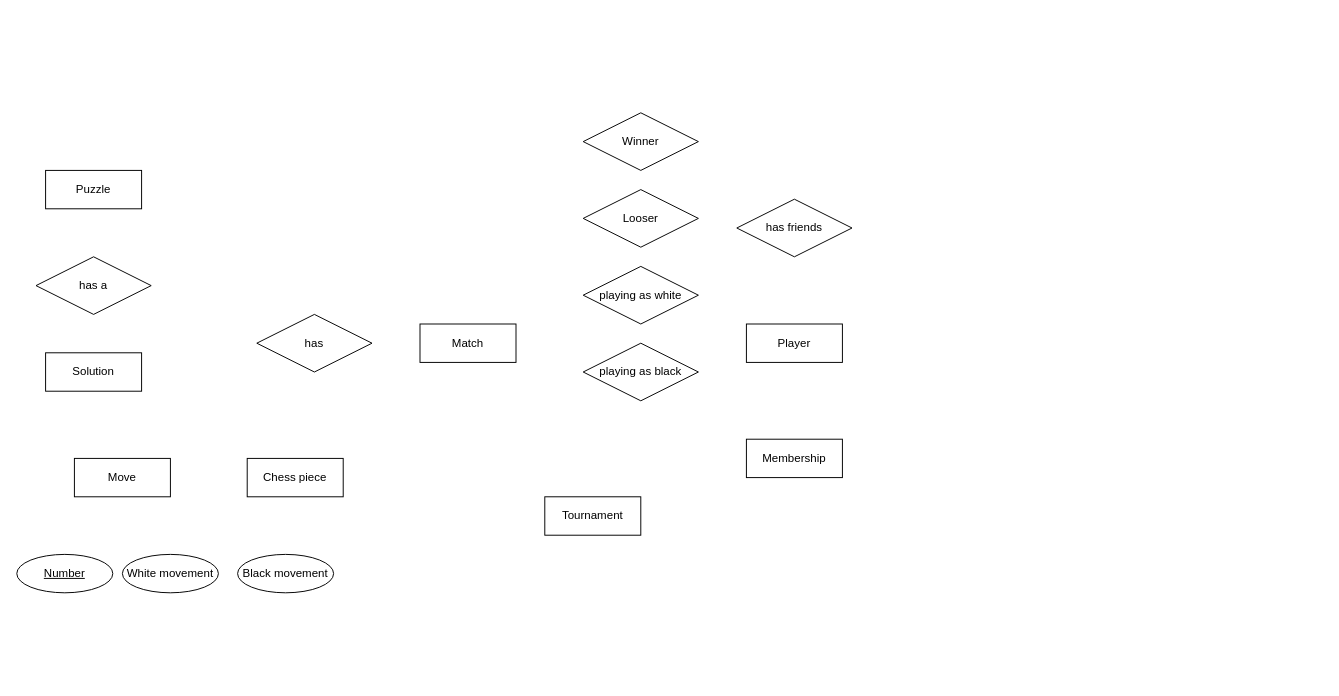
The draw.io diagram Conceptual model- ER.drawio in herreramaxi/NCIRL-INTRO-TO-DB, before the edit. Source tidied: cells renumbered, new cells numbered last; positions are measured from the earlier drawing's top-left corner, leaving out a move shared by most shapes. Both pictures are drawn from the tidied source at 96%, with x=0, y=0 at pixel (16, 112).
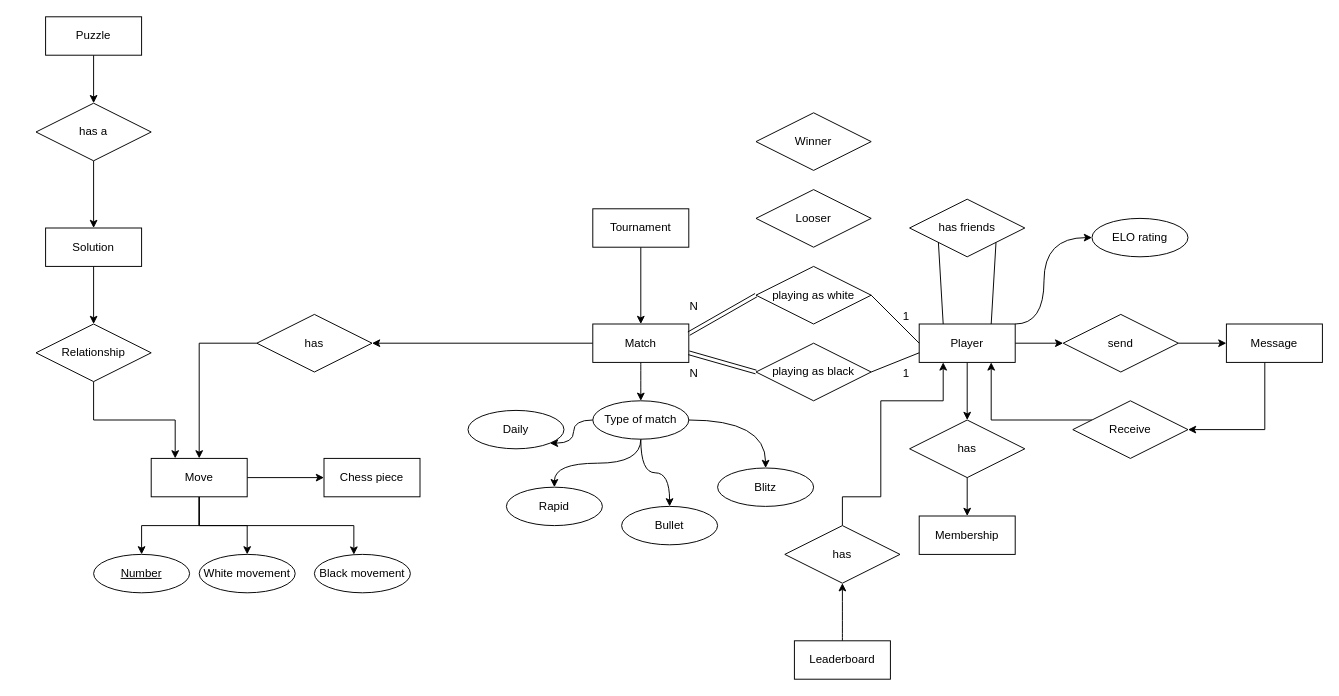
The same diagram, later.

Commit message (it also covers changes not shown here):
adding sql script and adding more detail to erd

The change refers to these unchanged cells:
```xml
<mxCell id="8" value="has" style="shape=rhombus;perimeter=rhombusPerimeter;whiteSpace=wrap;html=1;align=center;" parent="1" vertex="1">
  <mxGeometry x="250" y="210" width="120" height="60" as="geometry" />
</mxCell>
```

Change to the diagram source:
```diff
@@
+    <mxCell id="20" style="edgeStyle=orthogonalEdgeStyle;rounded=0;jettySize=auto;html=1;" parent="1" edge="1" source="2" target="8">
+      <mxGeometry relative="1" as="geometry" />
+    </mxCell>
+    <mxCell id="21" style="edgeStyle=orthogonalEdgeStyle;curved=1;jettySize=auto;html=1;" parent="1" edge="1" source="2" target="59">
+      <mxGeometry relative="1" as="geometry" />
+    </mxCell>
     <mxCell id="2" value="Match" style="whiteSpace=wrap;html=1;align=center;" parent="1" vertex="1">
-      <mxGeometry x="420" y="220" width="100" height="40" as="geometry" />
+      <mxGeometry x="600" y="220" width="100" height="40" as="geometry" />
     </mxCell>
+    <mxCell id="22" style="edgeStyle=orthogonalEdgeStyle;rounded=0;jettySize=auto;html=1;entryX=0.5;entryY=0;entryDx=0;entryDy=0;" parent="1" edge="1" source="3" target="46">
+      <mxGeometry relative="1" as="geometry" />
+    </mxCell>
+    <mxCell id="23" style="edgeStyle=orthogonalEdgeStyle;rounded=0;jettySize=auto;html=1;" parent="1" edge="1" source="3" target="51">
+      <mxGeometry relative="1" as="geometry" />
+    </mxCell>
+    <mxCell id="24" style="edgeStyle=orthogonalEdgeStyle;jettySize=auto;html=1;curved=1;" parent="1" edge="1" source="3" target="54">
+      <mxGeometry relative="1" as="geometry">
+        <Array as="points">
+          <mxPoint x="1070" y="220" />
+          <mxPoint x="1070" y="130" />
+        </Array>
+      </mxGeometry>
+    </mxCell>
     <mxCell id="3" value="Player" style="whiteSpace=wrap;html=1;align=center;" parent="1" vertex="1">
-      <mxGeometry x="760" y="220" width="100" height="40" as="geometry" />
+      <mxGeometry x="940" y="220" width="100" height="40" as="geometry" />
     </mxCell>
+    <mxCell id="25" style="edgeStyle=orthogonalEdgeStyle;rounded=0;jettySize=auto;html=1;entryX=0;entryY=0.5;entryDx=0;entryDy=0;" parent="1" edge="1" source="4" target="5">
+      <mxGeometry relative="1" as="geometry" />
+    </mxCell>
+    <mxCell id="26" style="edgeStyle=orthogonalEdgeStyle;rounded=0;jettySize=auto;html=1;" parent="1" edge="1" source="4" target="12">
+      <mxGeometry relative="1" as="geometry" />
+    </mxCell>
+    <mxCell id="27" style="edgeStyle=orthogonalEdgeStyle;rounded=0;jettySize=auto;html=1;" parent="1" edge="1" source="4" target="11">
+      <mxGeometry relative="1" as="geometry" />
+    </mxCell>
+    <mxCell id="28" style="edgeStyle=orthogonalEdgeStyle;rounded=0;jettySize=auto;html=1;entryX=0.411;entryY=0.006;entryDx=0;entryDy=0;entryPerimeter=0;" parent="1" edge="1" source="4" target="13">
+      <mxGeometry relative="1" as="geometry">
+        <Array as="points">
+          <mxPoint x="190" y="430" />
+          <mxPoint x="351" y="430" />
+        </Array>
+      </mxGeometry>
+    </mxCell>
     <mxCell id="4" value="Move" style="whiteSpace=wrap;html=1;align=center;" parent="1" vertex="1">
-      <mxGeometry x="60" y="360" width="100" height="40" as="geometry" />
+      <mxGeometry x="140" y="360" width="100" height="40" as="geometry" />
     </mxCell>
     <mxCell id="5" value="Chess piece" style="whiteSpace=wrap;html=1;align=center;" parent="1" vertex="1">
-      <mxGeometry x="240" y="360" width="100" height="40" as="geometry" />
+      <mxGeometry x="320" y="360" width="100" height="40" as="geometry" />
     </mxCell>
     <mxCell id="6" value="playing as white" style="shape=rhombus;perimeter=rhombusPerimeter;whiteSpace=wrap;html=1;align=center;" parent="1" vertex="1">
-      <mxGeometry x="590" y="160" width="120" height="60" as="geometry" />
+      <mxGeometry x="770" y="160" width="120" height="60" as="geometry" />
     </mxCell>
     <mxCell id="7" value="playing as black" style="shape=rhombus;perimeter=rhombusPerimeter;whiteSpace=wrap;html=1;align=center;" parent="1" vertex="1">
-      <mxGeometry x="590" y="240" width="120" height="60" as="geometry" />
+      <mxGeometry x="770" y="240" width="120" height="60" as="geometry" />
     </mxCell>
+    <mxCell id="29" style="edgeStyle=orthogonalEdgeStyle;rounded=0;jettySize=auto;html=1;entryX=0.5;entryY=0;entryDx=0;entryDy=0;" parent="1" edge="1" source="8" target="4">
+      <mxGeometry relative="1" as="geometry" />
+    </mxCell>
@@
     <mxCell id="9" value="Winner" style="shape=rhombus;perimeter=rhombusPerimeter;whiteSpace=wrap;html=1;align=center;" parent="1" vertex="1">
-      <mxGeometry x="590" width="120" height="60" as="geometry" />
+      <mxGeometry x="770" width="120" height="60" as="geometry" />
     </mxCell>
     <mxCell id="10" value="Looser" style="shape=rhombus;perimeter=rhombusPerimeter;whiteSpace=wrap;html=1;align=center;" parent="1" vertex="1">
-      <mxGeometry x="590" y="80" width="120" height="60" as="geometry" />
+      <mxGeometry x="770" y="80" width="120" height="60" as="geometry" />
     </mxCell>
     <mxCell id="11" value="White movement" style="ellipse;whiteSpace=wrap;html=1;align=center;" parent="1" vertex="1">
-      <mxGeometry x="110" y="460" width="100" height="40" as="geometry" />
+      <mxGeometry x="190" y="460" width="100" height="40" as="geometry" />
     </mxCell>
     <mxCell id="12" value="Number" style="ellipse;whiteSpace=wrap;html=1;align=center;fontStyle=4;" parent="1" vertex="1">
-      <mxGeometry y="460" width="100" height="40" as="geometry" />
+      <mxGeometry x="80" y="460" width="100" height="40" as="geometry" />
     </mxCell>
     <mxCell id="13" value="Black movement" style="ellipse;whiteSpace=wrap;html=1;align=center;" parent="1" vertex="1">
-      <mxGeometry x="230" y="460" width="100" height="40" as="geometry" />
+      <mxGeometry x="310" y="460" width="100" height="40" as="geometry" />
     </mxCell>
     <mxCell id="14" value="has friends" style="shape=rhombus;perimeter=rhombusPerimeter;whiteSpace=wrap;html=1;align=center;" parent="1" vertex="1">
-      <mxGeometry x="750" y="90" width="120" height="60" as="geometry" />
+      <mxGeometry x="930" y="90" width="120" height="60" as="geometry" />
     </mxCell>
+    <mxCell id="30" style="edgeStyle=orthogonalEdgeStyle;rounded=0;jettySize=auto;html=1;entryX=0.5;entryY=0;entryDx=0;entryDy=0;" parent="1" edge="1" source="15" target="17">
+      <mxGeometry relative="1" as="geometry" />
+    </mxCell>
     <mxCell id="15" value="Puzzle" style="whiteSpace=wrap;html=1;align=center;" parent="1" vertex="1">
-      <mxGeometry x="30" y="60" width="100" height="40" as="geometry" />
+      <mxGeometry x="30" y="-100" width="100" height="40" as="geometry" />
     </mxCell>
+    <mxCell id="31" style="edgeStyle=orthogonalEdgeStyle;rounded=0;jettySize=auto;html=1;entryX=0.25;entryY=0;entryDx=0;entryDy=0;" parent="1" edge="1" source="47" target="4">
+      <mxGeometry relative="1" as="geometry" />
+    </mxCell>
+    <mxCell id="32" style="edgeStyle=orthogonalEdgeStyle;rounded=0;jettySize=auto;html=1;entryX=0.5;entryY=0;entryDx=0;entryDy=0;" parent="1" edge="1" source="16" target="47">
+      <mxGeometry relative="1" as="geometry" />
+    </mxCell>
     <mxCell id="16" value="Solution" style="whiteSpace=wrap;html=1;align=center;" parent="1" vertex="1">
-      <mxGeometry x="30" y="250" width="100" height="40" as="geometry" />
+      <mxGeometry x="30" y="120" width="100" height="40" as="geometry" />
     </mxCell>
+    <mxCell id="33" style="edgeStyle=orthogonalEdgeStyle;rounded=0;jettySize=auto;html=1;entryX=0.5;entryY=0;entryDx=0;entryDy=0;" parent="1" edge="1" source="17" target="16">
+      <mxGeometry relative="1" as="geometry" />
+    </mxCell>
     <mxCell id="17" value="has a" style="shape=rhombus;perimeter=rhombusPerimeter;whiteSpace=wrap;html=1;align=center;" parent="1" vertex="1">
-      <mxGeometry x="20" y="150" width="120" height="60" as="geometry" />
+      <mxGeometry x="20" y="-10" width="120" height="60" as="geometry" />
     </mxCell>
+    <mxCell id="34" style="edgeStyle=orthogonalEdgeStyle;rounded=0;jettySize=auto;html=1;" parent="1" edge="1" source="18" target="2">
+      <mxGeometry relative="1" as="geometry" />
+    </mxCell>
     <mxCell id="18" value="Tournament" style="whiteSpace=wrap;html=1;align=center;" parent="1" vertex="1">
-      <mxGeometry x="550" y="400" width="100" height="40" as="geometry" />
+      <mxGeometry x="600" y="100" width="100" height="40" as="geometry" />
     </mxCell>
     <mxCell id="19" value="Membership" style="whiteSpace=wrap;html=1;align=center;" parent="1" vertex="1">
-      <mxGeometry x="760" y="340" width="100" height="40" as="geometry" />
+      <mxGeometry x="940" y="420" width="100" height="40" as="geometry" />
     </mxCell>
+    <mxCell id="35" style="endArrow=none;html=1;rounded=0;entryX=0;entryY=0.5;entryDx=0;entryDy=0;exitX=1;exitY=0.5;exitDx=0;exitDy=0;" parent="1" edge="1" source="6" target="3">
+      <mxGeometry relative="1" as="geometry" />
+    </mxCell>
+    <mxCell id="36" value="1" style="html=1;align=right;verticalAlign=bottom;" parent="35" vertex="1">
+      <mxGeometry x="1" relative="1" as="geometry">
+        <mxPoint x="-9.9" y="-19.9" as="offset" />
+      </mxGeometry>
+    </mxCell>
+    <mxCell id="37" style="endArrow=none;html=1;rounded=0;entryX=0;entryY=0.75;entryDx=0;entryDy=0;exitX=1;exitY=0.5;exitDx=0;exitDy=0;" parent="1" edge="1" source="7" target="3">
+      <mxGeometry relative="1" as="geometry" />
+    </mxCell>
+    <mxCell id="38" value="1" style="html=1;align=right;verticalAlign=bottom;" parent="37" vertex="1">
+      <mxGeometry x="1" relative="1" as="geometry">
+        <mxPoint x="-10.2" y="30.1" as="offset" />
+      </mxGeometry>
+    </mxCell>
+    <mxCell id="39" style="shape=link;html=1;rounded=0;entryX=1;entryY=0.25;entryDx=0;entryDy=0;exitX=0;exitY=0.5;exitDx=0;exitDy=0;" parent="1" edge="1" source="6" target="2">
+      <mxGeometry relative="1" as="geometry" />
+    </mxCell>
+    <mxCell id="40" value="N" style="html=1;align=right;verticalAlign=bottom;" parent="39" vertex="1">
+      <mxGeometry x="1" relative="1" as="geometry">
+        <mxPoint x="10.5" y="-20.3" as="offset" />
+      </mxGeometry>
+    </mxCell>
+    <mxCell id="41" style="shape=link;html=1;rounded=0;exitX=0;exitY=0.5;exitDx=0;exitDy=0;entryX=1;entryY=0.75;entryDx=0;entryDy=0;" parent="1" edge="1" source="7" target="2">
+      <mxGeometry relative="1" as="geometry" />
+    </mxCell>
+    <mxCell id="42" value="N" style="html=1;align=right;verticalAlign=bottom;" parent="41" vertex="1">
+      <mxGeometry x="1" relative="1" as="geometry">
+        <mxPoint x="10.1" y="30" as="offset" />
+      </mxGeometry>
+    </mxCell>
+    <mxCell id="43" style="endArrow=none;html=1;rounded=0;exitX=1;exitY=1;exitDx=0;exitDy=0;entryX=0.75;entryY=0;entryDx=0;entryDy=0;" parent="1" edge="1" source="14" target="3">
+      <mxGeometry relative="1" as="geometry" />
+    </mxCell>
+    <mxCell id="44" style="endArrow=none;html=1;rounded=0;exitX=0;exitY=1;exitDx=0;exitDy=0;entryX=0.25;entryY=0;entryDx=0;entryDy=0;" parent="1" edge="1" source="14" target="3">
+      <mxGeometry relative="1" as="geometry" />
+    </mxCell>
+    <mxCell id="45" style="edgeStyle=orthogonalEdgeStyle;rounded=0;jettySize=auto;html=1;entryX=0.5;entryY=0;entryDx=0;entryDy=0;" parent="1" edge="1" source="46" target="19">
+      <mxGeometry relative="1" as="geometry" />
+    </mxCell>
+    <mxCell id="46" value="has" style="shape=rhombus;perimeter=rhombusPerimeter;whiteSpace=wrap;html=1;align=center;" parent="1" vertex="1">
+      <mxGeometry x="930" y="320" width="120" height="60" as="geometry" />
+    </mxCell>
+    <mxCell id="47" value="Relationship" style="shape=rhombus;perimeter=rhombusPerimeter;whiteSpace=wrap;html=1;align=center;" parent="1" vertex="1">
+      <mxGeometry x="20" y="220" width="120" height="60" as="geometry" />
+    </mxCell>
+    <mxCell id="48" style="edgeStyle=orthogonalEdgeStyle;rounded=0;jettySize=auto;html=1;entryX=1;entryY=0.5;entryDx=0;entryDy=0;" parent="1" edge="1" source="49" target="53">
+      <mxGeometry relative="1" as="geometry">
+        <Array as="points">
+          <mxPoint x="1300" y="330" />
+        </Array>
+      </mxGeometry>
+    </mxCell>
+    <mxCell id="49" value="Message" style="whiteSpace=wrap;html=1;align=center;" parent="1" vertex="1">
+      <mxGeometry x="1260" y="220" width="100" height="40" as="geometry" />
+    </mxCell>
+    <mxCell id="50" style="edgeStyle=orthogonalEdgeStyle;rounded=0;jettySize=auto;html=1;" parent="1" edge="1" source="51" target="49">
+      <mxGeometry relative="1" as="geometry" />
+    </mxCell>
+    <mxCell id="51" value="send" style="shape=rhombus;perimeter=rhombusPerimeter;whiteSpace=wrap;html=1;align=center;" parent="1" vertex="1">
+      <mxGeometry x="1090" y="210" width="120" height="60" as="geometry" />
+    </mxCell>
+    <mxCell id="52" style="edgeStyle=orthogonalEdgeStyle;rounded=0;jettySize=auto;html=1;entryX=0.75;entryY=1;entryDx=0;entryDy=0;" parent="1" edge="1" source="53" target="3">
+      <mxGeometry relative="1" as="geometry">
+        <Array as="points">
+          <mxPoint x="1015" y="320" />
+        </Array>
+      </mxGeometry>
+    </mxCell>
+    <mxCell id="53" value="Receive" style="shape=rhombus;perimeter=rhombusPerimeter;whiteSpace=wrap;html=1;align=center;" parent="1" vertex="1">
+      <mxGeometry x="1100" y="300" width="120" height="60" as="geometry" />
+    </mxCell>
+    <mxCell id="54" value="ELO rating" style="ellipse;whiteSpace=wrap;html=1;align=center;" parent="1" vertex="1">
+      <mxGeometry x="1120" y="110" width="100" height="40" as="geometry" />
+    </mxCell>
+    <mxCell id="55" style="edgeStyle=orthogonalEdgeStyle;curved=1;jettySize=auto;html=1;" parent="1" edge="1" source="59" target="60">
+      <mxGeometry relative="1" as="geometry" />
+    </mxCell>
+    <mxCell id="56" style="edgeStyle=orthogonalEdgeStyle;curved=1;jettySize=auto;html=1;" parent="1" edge="1" source="59" target="61">
+      <mxGeometry relative="1" as="geometry" />
+    </mxCell>
+    <mxCell id="57" style="edgeStyle=orthogonalEdgeStyle;curved=1;jettySize=auto;html=1;" parent="1" edge="1" source="59" target="62">
+      <mxGeometry relative="1" as="geometry" />
+    </mxCell>
+    <mxCell id="58" style="edgeStyle=orthogonalEdgeStyle;curved=1;jettySize=auto;html=1;entryX=1;entryY=1;entryDx=0;entryDy=0;" parent="1" edge="1" source="59" target="63">
+      <mxGeometry relative="1" as="geometry" />
+    </mxCell>
+    <mxCell id="59" value="Type of match" style="ellipse;whiteSpace=wrap;html=1;align=center;" parent="1" vertex="1">
+      <mxGeometry x="600" y="300" width="100" height="40" as="geometry" />
+    </mxCell>
+    <mxCell id="60" value="Blitz" style="ellipse;whiteSpace=wrap;html=1;align=center;" parent="1" vertex="1">
+      <mxGeometry x="730" y="370" width="100" height="40" as="geometry" />
+    </mxCell>
+    <mxCell id="61" value="Bullet" style="ellipse;whiteSpace=wrap;html=1;align=center;" parent="1" vertex="1">
+      <mxGeometry x="630" y="410" width="100" height="40" as="geometry" />
+    </mxCell>
+    <mxCell id="62" value="Rapid" style="ellipse;whiteSpace=wrap;html=1;align=center;" parent="1" vertex="1">
+      <mxGeometry x="510" y="390" width="100" height="40" as="geometry" />
+    </mxCell>
+    <mxCell id="63" value="Daily" style="ellipse;whiteSpace=wrap;html=1;align=center;" parent="1" vertex="1">
+      <mxGeometry x="470" y="310" width="100" height="40" as="geometry" />
+    </mxCell>
+    <mxCell id="64" style="edgeStyle=orthogonalEdgeStyle;curved=1;jettySize=auto;html=1;entryX=0.5;entryY=1;entryDx=0;entryDy=0;" parent="1" edge="1" source="65" target="67">
+      <mxGeometry relative="1" as="geometry" />
+    </mxCell>
+    <mxCell id="65" value="Leaderboard" style="whiteSpace=wrap;html=1;align=center;" parent="1" vertex="1">
+      <mxGeometry x="810" y="550" width="100" height="40" as="geometry" />
+    </mxCell>
+    <mxCell id="66" style="edgeStyle=orthogonalEdgeStyle;jettySize=auto;html=1;entryX=0.25;entryY=1;entryDx=0;entryDy=0;rounded=0;exitX=0.5;exitY=0;exitDx=0;exitDy=0;" parent="1" edge="1" source="67" target="3">
+      <mxGeometry relative="1" as="geometry">
+        <Array as="points">
+          <mxPoint x="860" y="400" />
+          <mxPoint x="900" y="400" />
+          <mxPoint x="900" y="300" />
+          <mxPoint x="965" y="300" />
+        </Array>
+      </mxGeometry>
+    </mxCell>
+    <mxCell id="67" value="has" style="shape=rhombus;perimeter=rhombusPerimeter;whiteSpace=wrap;html=1;align=center;" parent="1" vertex="1">
+      <mxGeometry x="800" y="430" width="120" height="60" as="geometry" />
+    </mxCell>
```
